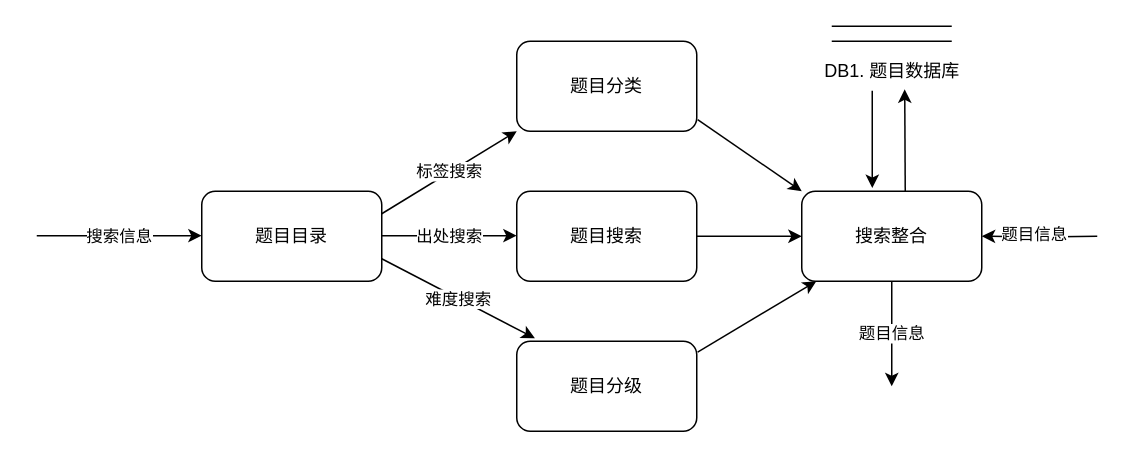
Before: 分析文档/搜索整合细化.drawio in 12MegaA21/CodeCode, a draw.io diagram. Source tidied: cells renumbered, new cells numbered last; positions are measured from the earlier drawing's top-left corner, leaving out a move shared by most shapes. Both pictures are drawn from the tidied source at 150%, with x=0, y=0 at pixel (36, 26).
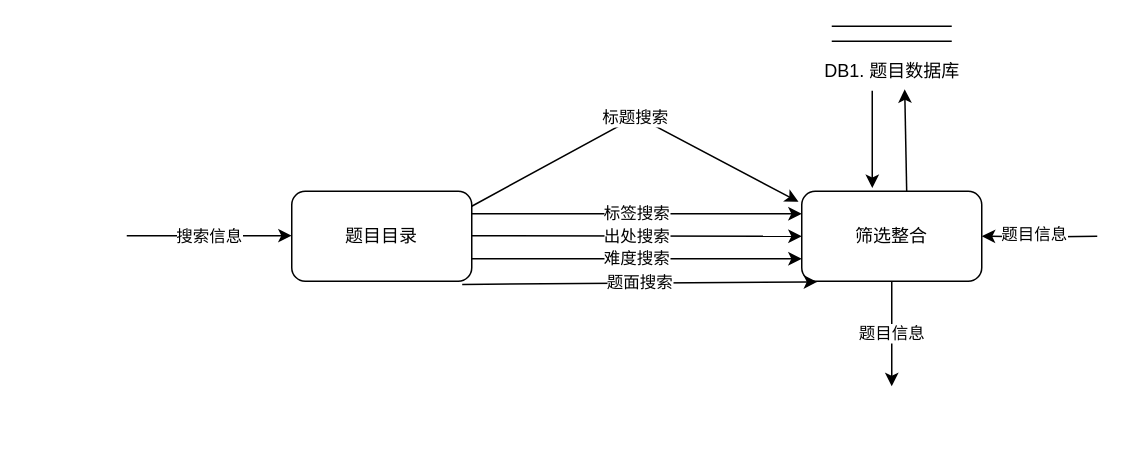
Above is the later version.

Commit message:
更新搜索整合细化.drawio

The change refers to these unchanged cells:
```xml
<mxCell id="20" value="DB1. 题目数据库" style="text;html=1;strokeColor=none;fillColor=none;align=center;verticalAlign=middle;whiteSpace=wrap;rounded=0;" parent="16" vertex="1">
  <mxGeometry y="20" width="95" height="20" as="geometry" />
</mxCell>
```

Change to the diagram source:
```diff
@@
     <mxCell id="2" value="搜索信息" style="endArrow=classic;html=1;rounded=0;entryX=0;entryY=0.5;entryDx=0;entryDy=0;" parent="1" edge="1">
       <mxGeometry relative="1" as="geometry">
-        <mxPoint y="139.6" as="sourcePoint" />
-        <mxPoint x="110" y="139.6" as="targetPoint" />
+        <mxPoint x="60" y="139.6" as="sourcePoint" />
+        <mxPoint x="170" y="139.6" as="targetPoint" />
       </mxGeometry>
     </mxCell>
     <mxCell id="3" value="题目目录" style="rounded=1;whiteSpace=wrap;html=1;" parent="1" vertex="1">
-      <mxGeometry x="110" y="110" width="120" height="60" as="geometry" />
+      <mxGeometry x="170" y="110" width="120" height="60" as="geometry" />
     </mxCell>
-    <mxCell id="4" value="标签搜索" style="endArrow=classic;html=1;rounded=0;exitX=1;exitY=0.25;exitDx=0;exitDy=0;entryX=0;entryY=1;entryDx=0;entryDy=0;" parent="1" edge="1" source="3" target="5">
+    <mxCell id="4" value="标签搜索" style="endArrow=classic;html=1;rounded=0;exitX=1;exitY=0.25;exitDx=0;exitDy=0;entryX=0;entryY=0.25;entryDx=0;entryDy=0;" parent="1" edge="1" source="3" target="10">
       <mxGeometry relative="1" as="geometry" />
     </mxCell>
-    <mxCell id="5" value="题目分类" style="rounded=1;whiteSpace=wrap;html=1;" parent="1" vertex="1">
-      <mxGeometry x="320" y="10" width="120" height="60" as="geometry" />
-    </mxCell>
-    <mxCell id="6" value="难度搜索" style="endArrow=classic;html=1;rounded=0;entryX=0.101;entryY=-0.033;entryDx=0;entryDy=0;exitX=1;exitY=0.75;exitDx=0;exitDy=0;entryPerimeter=0;" parent="1" edge="1" source="3" target="7">
+    <mxCell id="6" value="难度搜索" style="endArrow=classic;html=1;rounded=0;entryX=0;entryY=0.75;entryDx=0;entryDy=0;exitX=1;exitY=0.75;exitDx=0;exitDy=0;" parent="1" edge="1" source="3" target="10">
       <mxGeometry relative="1" as="geometry" />
     </mxCell>
-    <mxCell id="7" value="题目分级" style="rounded=1;whiteSpace=wrap;html=1;" parent="1" vertex="1">
-      <mxGeometry x="320" y="210" width="120" height="60" as="geometry" />
-    </mxCell>
-    <mxCell id="8" value="出处搜索" style="endArrow=classic;html=1;rounded=0;" parent="1" edge="1">
+    <mxCell id="8" value="出处搜索" style="endArrow=classic;html=1;rounded=0;entryX=0;entryY=0.5;entryDx=0;entryDy=0;" parent="1" edge="1" target="10">
       <mxGeometry relative="1" as="geometry">
-        <mxPoint x="230" y="139.6" as="sourcePoint" />
-        <mxPoint x="320" y="139.6" as="targetPoint" />
+        <mxPoint x="290" y="139.6" as="sourcePoint" />
       </mxGeometry>
     </mxCell>
-    <mxCell id="9" value="题目搜索" style="rounded=1;whiteSpace=wrap;html=1;" parent="1" vertex="1">
-      <mxGeometry x="320" y="110" width="120" height="60" as="geometry" />
-    </mxCell>
-    <mxCell id="10" value="搜索整合" style="rounded=1;whiteSpace=wrap;html=1;" parent="1" vertex="1">
+    <mxCell id="10" value="筛选整合" style="rounded=1;whiteSpace=wrap;html=1;" parent="1" vertex="1">
       <mxGeometry x="510" y="110" width="120" height="60" as="geometry" />
     </mxCell>
-    <mxCell id="11" style="endArrow=classic;html=1;rounded=0;entryX=0;entryY=0;entryDx=0;entryDy=0;exitX=1.005;exitY=0.872;exitDx=0;exitDy=0;exitPerimeter=0;" parent="1" edge="1" source="5" target="10">
-      <mxGeometry relative="1" as="geometry" />
-    </mxCell>
-    <mxCell id="12" style="endArrow=classic;html=1;rounded=0;entryX=0;entryY=0.5;entryDx=0;entryDy=0;exitX=1;exitY=0.5;exitDx=0;exitDy=0;" parent="1" edge="1" source="9" target="10">
-      <mxGeometry relative="1" as="geometry" />
-    </mxCell>
-    <mxCell id="13" style="endArrow=classic;html=1;rounded=0;exitX=1.005;exitY=0.12;exitDx=0;exitDy=0;exitPerimeter=0;" parent="1" edge="1" source="7" target="10">
-      <mxGeometry relative="1" as="geometry" />
-    </mxCell>
@@
-    <mxCell id="21" style="endArrow=classic;html=1;rounded=0;entryX=0.591;entryY=1.104;entryDx=0;entryDy=0;entryPerimeter=0;" parent="1" edge="1" target="20">
-      <mxGeometry relative="1" as="geometry">
-        <mxPoint x="579" y="110" as="sourcePoint" />
-      </mxGeometry>
+    <mxCell id="21" style="endArrow=classic;html=1;rounded=0;entryX=0.591;entryY=1.104;entryDx=0;entryDy=0;entryPerimeter=0;exitX=0.583;exitY=0;exitDx=0;exitDy=0;exitPerimeter=0;" parent="1" edge="1" source="10" target="20">
+      <mxGeometry relative="1" as="geometry" />
     </mxCell>
@@
+    <mxCell id="24" value="标题搜索" style="endArrow=classic;html=1;rounded=0;entryX=-0.018;entryY=0.118;entryDx=0;entryDy=0;entryPerimeter=0;" parent="1" edge="1" target="10">
+      <mxGeometry relative="1" as="geometry">
+        <mxPoint x="290" y="120" as="sourcePoint" />
+        <Array as="points">
+          <mxPoint x="400" y="60" />
+        </Array>
+      </mxGeometry>
+    </mxCell>
+    <mxCell id="25" value="题面搜索" style="endArrow=classic;html=1;rounded=0;exitX=0.947;exitY=1.035;exitDx=0;exitDy=0;exitPerimeter=0;entryX=0.086;entryY=1.007;entryDx=0;entryDy=0;entryPerimeter=0;" parent="1" edge="1" source="3" target="10">
+      <mxGeometry relative="1" as="geometry" />
+    </mxCell>
```
